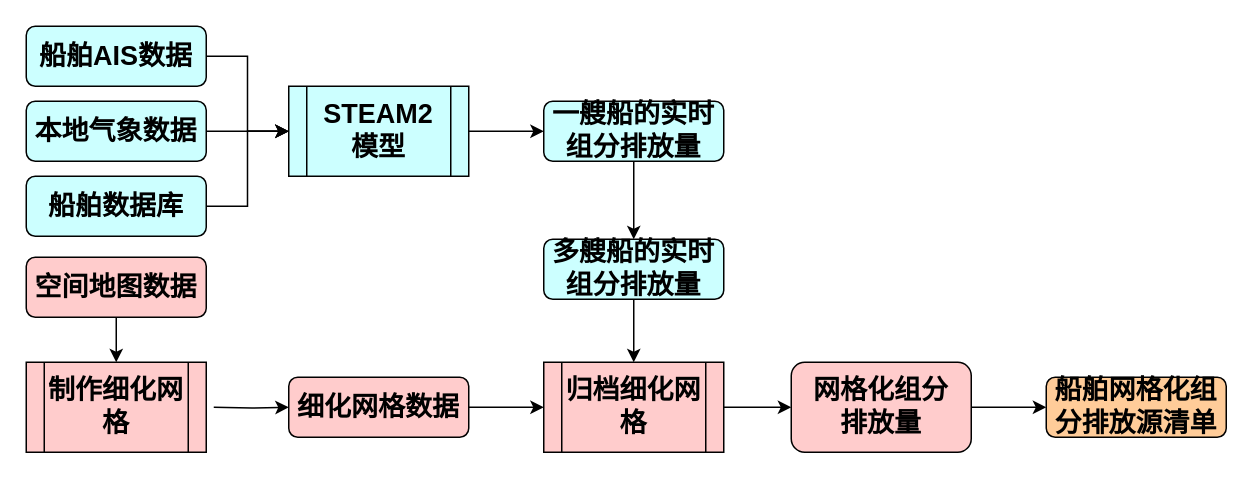
Before: 船舶排放清单.drawio in WienWong/Misc, a draw.io diagram. Source tidied: cells renumbered, new cells numbered last; positions are measured from the earlier drawing's top-left corner, leaving out a move shared by most shapes. Both pictures are drawn from the tidied source at 150%, with x=0, y=0 at pixel (26, 26).
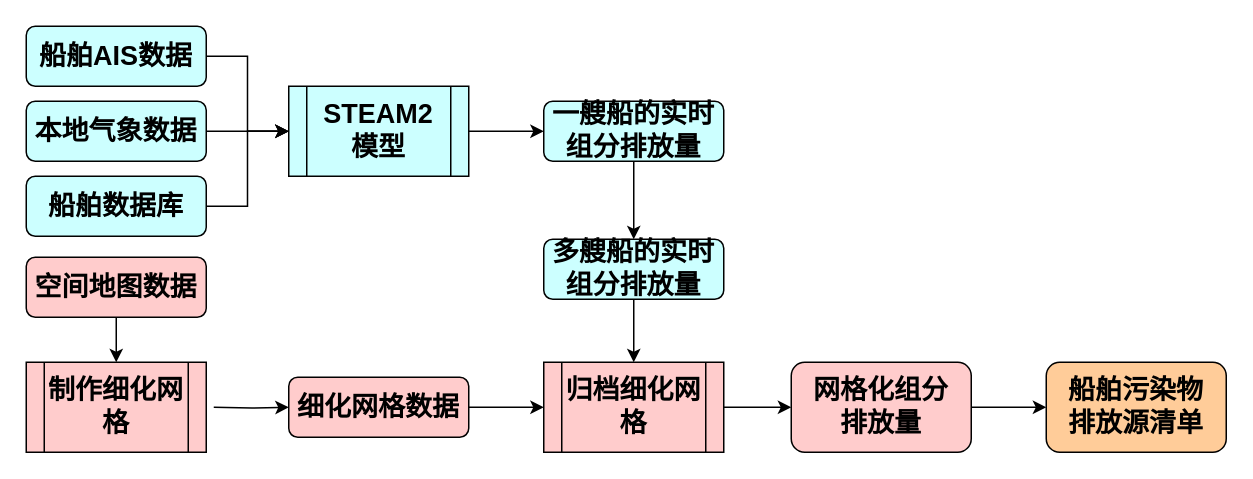
Above is the later version.

Commit message:
Update 船舶排放清单.drawio

The edit, as a diff of the source:
```diff
@@
-    <mxCell id="5" value="&lt;font style=&quot;font-size: 18px&quot;&gt;&lt;b&gt;船舶网格化组分排放源清单&lt;/b&gt;&lt;/font&gt;" style="rounded=1;whiteSpace=wrap;html=1;fontSize=12;glass=0;strokeWidth=1;shadow=0;fillColor=#FFCC99;" parent="1" vertex="1">
-      <mxGeometry x="680" y="234" width="120" height="40" as="geometry" />
+    <mxCell id="5" value="&lt;span style=&quot;font-size: 18px&quot;&gt;&lt;b&gt;船舶污染物&lt;br&gt;排放源清单&lt;/b&gt;&lt;/span&gt;" style="rounded=1;whiteSpace=wrap;html=1;fontSize=12;glass=0;strokeWidth=1;shadow=0;fillColor=#FFCC99;" parent="1" vertex="1">
+      <mxGeometry x="680" y="224" width="120" height="60" as="geometry" />
     </mxCell>
```
